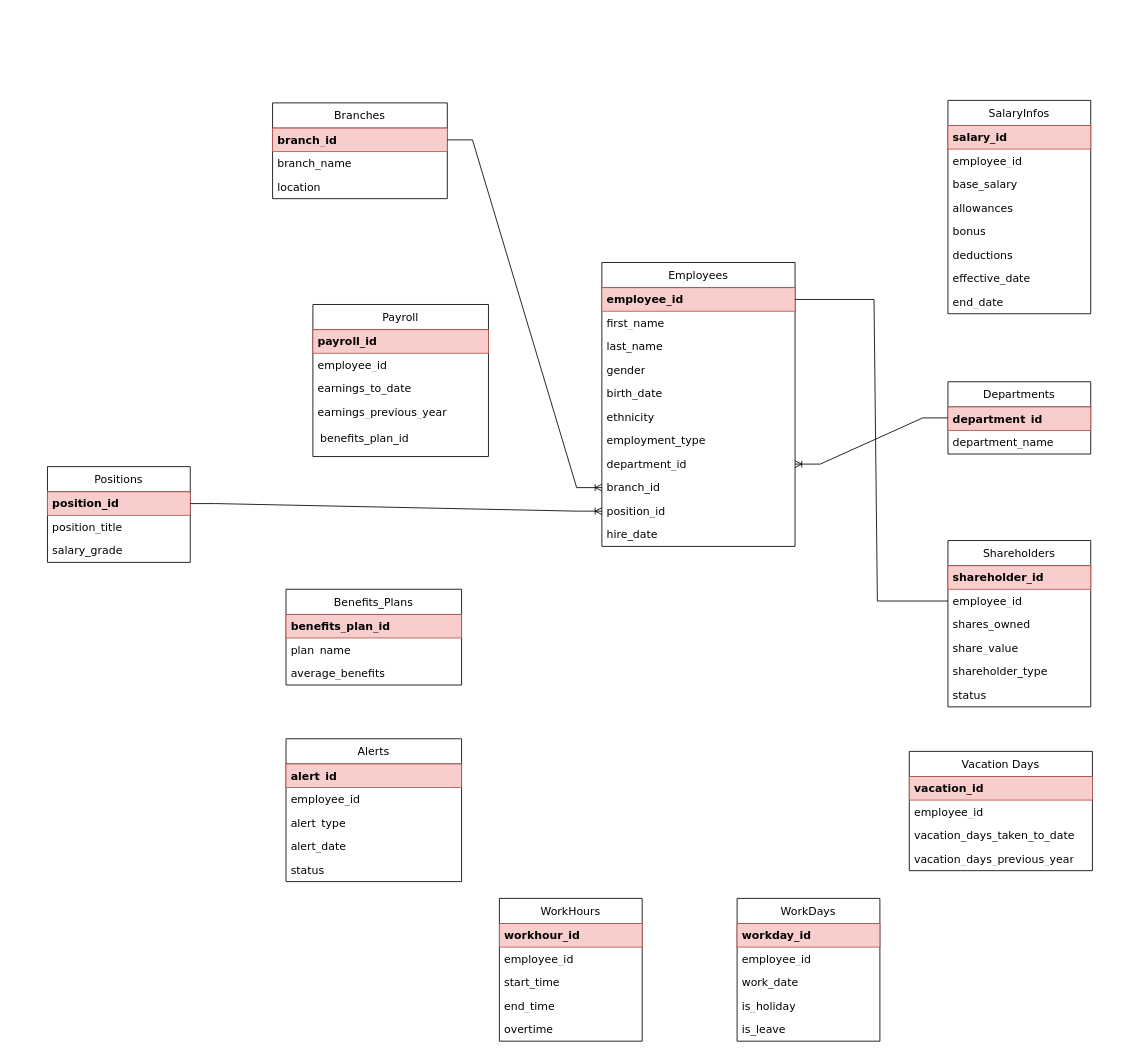
Above: page "THHT_Part2" (2 of 2) of TichHopHeThong.drawio in danghoan03/danghoan03 (draw.io), before the change. Source tidied: cells renumbered, new cells numbered last; positions are measured from the earlier drawing's top-left corner, leaving out a move shared by most shapes. Both pictures are drawn from the tidied source at 84%, with x=0, y=0 at pixel (47, 100).
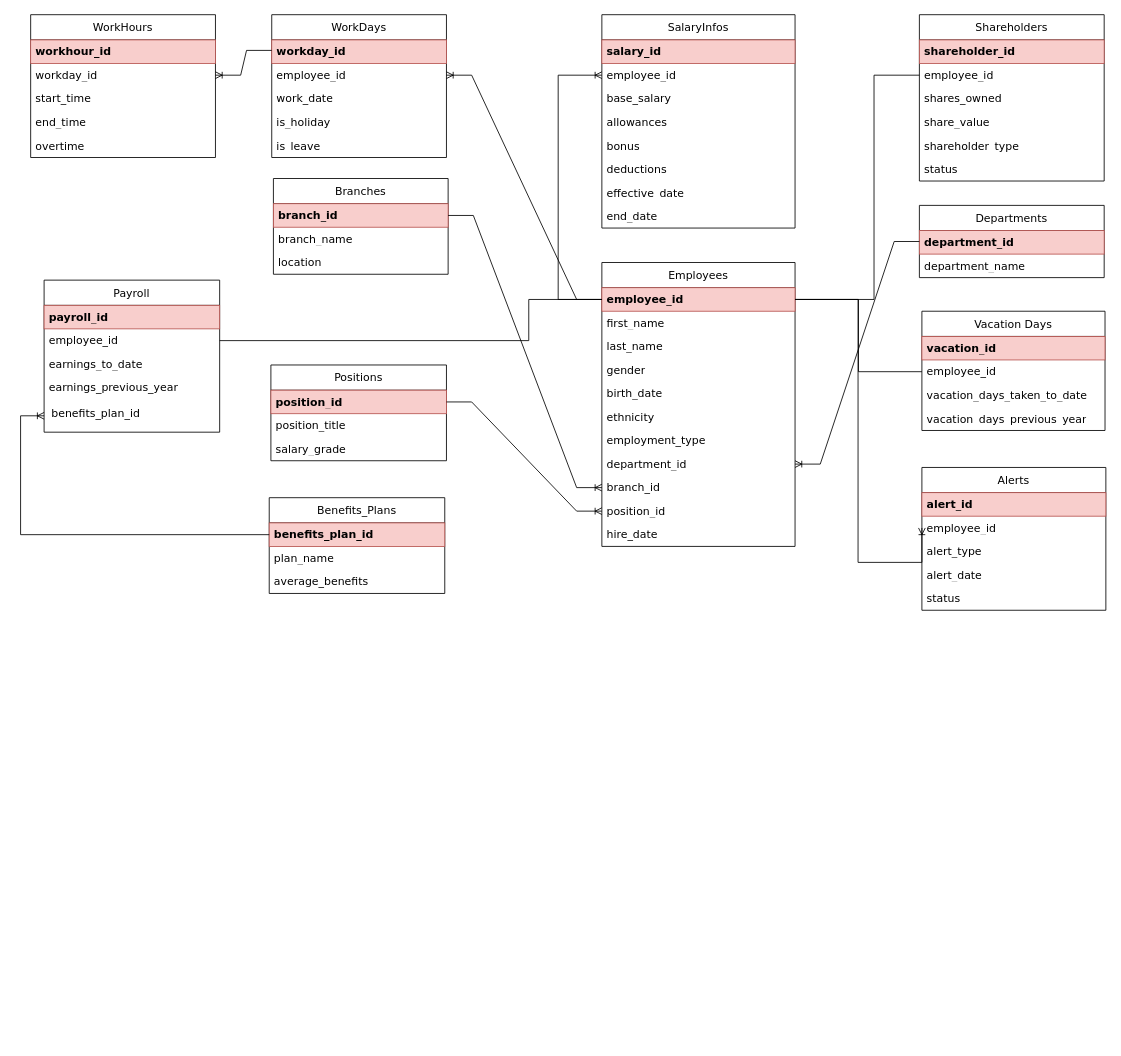
After the change.

Unchanged cells that the change refers to:
```xml
<mxCell id="3" value="employee_id" style="text;strokeColor=#b85450;fillColor=#f8cecc;align=left;verticalAlign=middle;spacingLeft=4;spacingRight=4;overflow=hidden;points=[[0,0.5],[1,0.5]];portConstraint=eastwest;whiteSpace=wrap;html=1;fontSize=13;fontStyle=1;fontFamily=Verdana;" parent="2" vertex="1">
  <mxGeometry y="30" width="230" height="28" as="geometry" />
</mxCell>
<mxCell id="19" value="employee_id" style="text;strokeColor=none;fillColor=none;align=left;verticalAlign=middle;spacingLeft=4;spacingRight=4;overflow=hidden;points=[[0,0.5],[1,0.5]];portConstraint=eastwest;whiteSpace=wrap;html=1;fontSize=13;fontFamily=Verdana;" parent="17" vertex="1">
  <mxGeometry y="58" width="209" height="28" as="geometry" />
</mxCell>
<mxCell id="22" value="&lt;table&gt;&lt;tbody&gt;&lt;tr&gt;&lt;td&gt;benefits_plan_id&lt;/td&gt;&lt;/tr&gt;&lt;/tbody&gt;&lt;/table&gt;&lt;table&gt;&lt;tbody&gt;&lt;tr&gt;&lt;td&gt;&lt;/td&gt;&lt;/tr&gt;&lt;/tbody&gt;&lt;/table&gt;" style="text;strokeColor=none;fillColor=none;align=left;verticalAlign=middle;spacingLeft=4;spacingRight=4;overflow=hidden;points=[[0,0.5],[1,0.5]];portConstraint=eastwest;whiteSpace=wrap;html=1;fontSize=13;fontFamily=Verdana;" parent="17" vertex="1">
  <mxGeometry y="142" width="209" height="39" as="geometry" />
</mxCell>
<mxCell id="24" value="benefits_plan_id" style="text;strokeColor=#b85450;fillColor=#f8cecc;align=left;verticalAlign=middle;spacingLeft=4;spacingRight=4;overflow=hidden;points=[[0,0.5],[1,0.5]];portConstraint=eastwest;whiteSpace=wrap;html=1;fontSize=13;fontStyle=1;fontFamily=Verdana;" parent="23" vertex="1">
  <mxGeometry y="30" width="209" height="28" as="geometry" />
</mxCell>
<mxCell id="29" value="employee_id" style="text;strokeColor=none;fillColor=none;align=left;verticalAlign=middle;spacingLeft=4;spacingRight=4;overflow=hidden;points=[[0,0.5],[1,0.5]];portConstraint=eastwest;whiteSpace=wrap;html=1;fontSize=13;fontFamily=Verdana;" parent="27" vertex="1">
  <mxGeometry y="58" width="218" height="28" as="geometry" />
</mxCell>
```

Change to the diagram source:
```diff
@@
     <mxCell id="14" value="Departments" style="swimlane;fontStyle=0;horizontal=1;startSize=30;whiteSpace=wrap;html=1;fontSize=13;fontFamily=Verdana;" parent="1" vertex="1">
-      <mxGeometry x="1072" y="335" width="170" height="86" as="geometry" />
+      <mxGeometry x="1038" y="125" width="220" height="86" as="geometry" />
     </mxCell>
     <mxCell id="15" value="department_id" style="text;strokeColor=#b85450;fillColor=#f8cecc;align=left;verticalAlign=middle;spacingLeft=4;spacingRight=4;overflow=hidden;whiteSpace=wrap;html=1;fontSize=13;fontStyle=1;fontFamily=Verdana;" parent="14" vertex="1">
-      <mxGeometry y="30" width="170" height="28" as="geometry" />
+      <mxGeometry y="30" width="220" height="28" as="geometry" />
     </mxCell>
     <mxCell id="16" value="department_name" style="text;strokeColor=none;fillColor=none;align=left;verticalAlign=middle;spacingLeft=4;spacingRight=4;overflow=hidden;whiteSpace=wrap;html=1;fontSize=13;fontFamily=Verdana;" parent="14" vertex="1">
-      <mxGeometry y="58" width="170" height="28" as="geometry" />
+      <mxGeometry y="58" width="220" height="28" as="geometry" />
     </mxCell>
     <mxCell id="17" value="Payroll" style="swimlane;fontStyle=0;horizontal=1;startSize=30;whiteSpace=wrap;html=1;fontSize=13;fontFamily=Verdana;" parent="1" vertex="1">
-      <mxGeometry x="316" y="243" width="209" height="181" as="geometry" />
+      <mxGeometry x="-4" y="214" width="209" height="181" as="geometry" />
     </mxCell>
@@
     <mxCell id="23" value="Benefits_Plans " style="swimlane;fontStyle=0;horizontal=1;startSize=30;whiteSpace=wrap;html=1;fontSize=13;fontFamily=Verdana;" parent="1" vertex="1">
-      <mxGeometry x="284" y="582" width="209" height="114" as="geometry" />
+      <mxGeometry x="264" y="473" width="209" height="114" as="geometry" />
     </mxCell>
@@
     <mxCell id="27" value="Vacation Days" style="swimlane;fontStyle=0;horizontal=1;startSize=30;whiteSpace=wrap;html=1;fontSize=13;fontFamily=Verdana;" parent="1" vertex="1">
-      <mxGeometry x="1026" y="775" width="218" height="142" as="geometry" />
+      <mxGeometry x="1041" y="251" width="218" height="142" as="geometry" />
     </mxCell>
@@
     <mxCell id="32" value="Shareholders" style="swimlane;fontStyle=0;horizontal=1;startSize=30;whiteSpace=wrap;html=1;fontSize=13;fontFamily=Verdana;" parent="1" vertex="1">
-      <mxGeometry x="1072" y="524" width="170" height="198" as="geometry" />
+      <mxGeometry x="1038" y="-102" width="220" height="198" as="geometry" />
     </mxCell>
     <mxCell id="33" value="shareholder_id" style="text;strokeColor=#b85450;fillColor=#f8cecc;align=left;verticalAlign=middle;spacingLeft=4;spacingRight=4;overflow=hidden;whiteSpace=wrap;html=1;fontSize=13;fontStyle=1;fontFamily=Verdana;" parent="32" vertex="1">
-      <mxGeometry y="30" width="170" height="28" as="geometry" />
+      <mxGeometry y="30" width="220" height="28" as="geometry" />
     </mxCell>
     <mxCell id="34" value="employee_id" style="text;strokeColor=none;fillColor=none;align=left;verticalAlign=middle;spacingLeft=4;spacingRight=4;overflow=hidden;points=[[0,0.5],[1,0.5]];portConstraint=eastwest;whiteSpace=wrap;html=1;fontSize=13;fontFamily=Verdana;" parent="32" vertex="1">
-      <mxGeometry y="58" width="170" height="28" as="geometry" />
+      <mxGeometry y="58" width="220" height="28" as="geometry" />
     </mxCell>
     <mxCell id="35" value="shares_owned" style="text;strokeColor=none;fillColor=none;align=left;verticalAlign=middle;spacingLeft=4;spacingRight=4;overflow=hidden;whiteSpace=wrap;html=1;fontSize=13;fontFamily=Verdana;" parent="32" vertex="1">
-      <mxGeometry y="86" width="170" height="28" as="geometry" />
+      <mxGeometry y="86" width="220" height="28" as="geometry" />
     </mxCell>
     <mxCell id="36" value="share_value" style="text;strokeColor=none;fillColor=none;align=left;verticalAlign=middle;spacingLeft=4;spacingRight=4;overflow=hidden;whiteSpace=wrap;html=1;fontSize=13;fontFamily=Verdana;" parent="32" vertex="1">
-      <mxGeometry y="114" width="170" height="28" as="geometry" />
+      <mxGeometry y="114" width="220" height="28" as="geometry" />
     </mxCell>
     <mxCell id="37" value="shareholder_type" style="text;strokeColor=none;fillColor=none;align=left;verticalAlign=middle;spacingLeft=4;spacingRight=4;overflow=hidden;whiteSpace=wrap;html=1;fontSize=13;fontFamily=Verdana;" parent="32" vertex="1">
-      <mxGeometry y="142" width="170" height="28" as="geometry" />
+      <mxGeometry y="142" width="220" height="28" as="geometry" />
     </mxCell>
     <mxCell id="38" value="status" style="text;strokeColor=none;fillColor=none;align=left;verticalAlign=middle;spacingLeft=4;spacingRight=4;overflow=hidden;whiteSpace=wrap;html=1;fontSize=13;fontFamily=Verdana;" parent="32" vertex="1">
-      <mxGeometry y="170" width="170" height="28" as="geometry" />
+      <mxGeometry y="170" width="220" height="28" as="geometry" />
     </mxCell>
     <mxCell id="39" value="Alerts" style="swimlane;fontStyle=0;horizontal=1;startSize=30;whiteSpace=wrap;html=1;fontSize=13;fontFamily=Verdana;" parent="1" vertex="1">
-      <mxGeometry x="284" y="760" width="209" height="170" as="geometry" />
+      <mxGeometry x="1041" y="437" width="219" height="170" as="geometry" />
     </mxCell>
     <mxCell id="40" value="alert_id" style="text;strokeColor=#b85450;fillColor=#f8cecc;align=left;verticalAlign=middle;spacingLeft=4;spacingRight=4;overflow=hidden;whiteSpace=wrap;html=1;fontSize=13;fontStyle=1;fontFamily=Verdana;" parent="39" vertex="1">
-      <mxGeometry y="30" width="209" height="28" as="geometry" />
+      <mxGeometry y="30" width="219" height="28" as="geometry" />
     </mxCell>
     <mxCell id="41" value="employee_id" style="text;strokeColor=none;fillColor=none;align=left;verticalAlign=middle;spacingLeft=4;spacingRight=4;overflow=hidden;points=[[0,0.5],[1,0.5]];portConstraint=eastwest;whiteSpace=wrap;html=1;fontSize=13;fontFamily=Verdana;" parent="39" vertex="1">
-      <mxGeometry y="58" width="209" height="28" as="geometry" />
+      <mxGeometry y="58" width="219" height="28" as="geometry" />
     </mxCell>
     <mxCell id="42" value="alert_type" style="text;strokeColor=none;fillColor=none;align=left;verticalAlign=middle;spacingLeft=4;spacingRight=4;overflow=hidden;whiteSpace=wrap;html=1;fontSize=13;fontFamily=Verdana;" parent="39" vertex="1">
-      <mxGeometry y="86" width="209" height="28" as="geometry" />
+      <mxGeometry y="86" width="219" height="28" as="geometry" />
     </mxCell>
     <mxCell id="43" value="alert_date" style="text;strokeColor=none;fillColor=none;align=left;verticalAlign=middle;spacingLeft=4;spacingRight=4;overflow=hidden;whiteSpace=wrap;html=1;fontSize=13;fontFamily=Verdana;" parent="39" vertex="1">
-      <mxGeometry y="114" width="209" height="28" as="geometry" />
+      <mxGeometry y="114" width="219" height="28" as="geometry" />
     </mxCell>
     <mxCell id="44" value="status" style="text;strokeColor=none;fillColor=none;align=left;verticalAlign=middle;spacingLeft=4;spacingRight=4;overflow=hidden;whiteSpace=wrap;html=1;fontSize=13;fontFamily=Verdana;" parent="39" vertex="1">
-      <mxGeometry y="142" width="209" height="28" as="geometry" />
+      <mxGeometry y="142" width="219" height="28" as="geometry" />
     </mxCell>
     <mxCell id="45" value="SalaryInfos" style="swimlane;fontStyle=0;horizontal=1;startSize=30;whiteSpace=wrap;html=1;fontSize=13;fontFamily=Verdana;" parent="1" vertex="1">
-      <mxGeometry x="1072" width="170" height="254" as="geometry" />
+      <mxGeometry x="660" y="-102" width="230" height="254" as="geometry" />
     </mxCell>
     <mxCell id="46" value="salary_id" style="text;strokeColor=#b85450;fillColor=#f8cecc;align=left;verticalAlign=middle;spacingLeft=4;spacingRight=4;overflow=hidden;whiteSpace=wrap;html=1;fontSize=13;fontStyle=1;fontFamily=Verdana;" parent="45" vertex="1">
-      <mxGeometry y="30" width="170" height="28" as="geometry" />
+      <mxGeometry y="30" width="230" height="28" as="geometry" />
     </mxCell>
     <mxCell id="47" value="employee_id" style="text;strokeColor=none;fillColor=none;align=left;verticalAlign=middle;spacingLeft=4;spacingRight=4;overflow=hidden;points=[[0,0.5],[1,0.5]];portConstraint=eastwest;whiteSpace=wrap;html=1;fontSize=13;fontFamily=Verdana;" parent="45" vertex="1">
-      <mxGeometry y="58" width="170" height="28" as="geometry" />
+      <mxGeometry y="58" width="230" height="28" as="geometry" />
     </mxCell>
     <mxCell id="48" value="base_salary" style="text;strokeColor=none;fillColor=none;align=left;verticalAlign=middle;spacingLeft=4;spacingRight=4;overflow=hidden;whiteSpace=wrap;html=1;fontSize=13;fontFamily=Verdana;" parent="45" vertex="1">
-      <mxGeometry y="86" width="170" height="28" as="geometry" />
+      <mxGeometry y="86" width="230" height="28" as="geometry" />
     </mxCell>
     <mxCell id="49" value="allowances" style="text;strokeColor=none;fillColor=none;align=left;verticalAlign=middle;spacingLeft=4;spacingRight=4;overflow=hidden;whiteSpace=wrap;html=1;fontSize=13;fontFamily=Verdana;" parent="45" vertex="1">
-      <mxGeometry y="114" width="170" height="28" as="geometry" />
+      <mxGeometry y="114" width="230" height="28" as="geometry" />
     </mxCell>
     <mxCell id="50" value="bonus" style="text;strokeColor=none;fillColor=none;align=left;verticalAlign=middle;spacingLeft=4;spacingRight=4;overflow=hidden;whiteSpace=wrap;html=1;fontSize=13;fontFamily=Verdana;" parent="45" vertex="1">
-      <mxGeometry y="142" width="170" height="28" as="geometry" />
+      <mxGeometry y="142" width="230" height="28" as="geometry" />
     </mxCell>
     <mxCell id="51" value="deductions" style="text;strokeColor=none;fillColor=none;align=left;verticalAlign=middle;spacingLeft=4;spacingRight=4;overflow=hidden;whiteSpace=wrap;html=1;fontSize=13;fontFamily=Verdana;" parent="45" vertex="1">
-      <mxGeometry y="170" width="170" height="28" as="geometry" />
+      <mxGeometry y="170" width="230" height="28" as="geometry" />
     </mxCell>
     <mxCell id="52" value="effective_date" style="text;strokeColor=none;fillColor=none;align=left;verticalAlign=middle;spacingLeft=4;spacingRight=4;overflow=hidden;whiteSpace=wrap;html=1;fontSize=13;fontFamily=Verdana;" parent="45" vertex="1">
-      <mxGeometry y="198" width="170" height="28" as="geometry" />
+      <mxGeometry y="198" width="230" height="28" as="geometry" />
     </mxCell>
     <mxCell id="53" value="end_date" style="text;strokeColor=none;fillColor=none;align=left;verticalAlign=middle;spacingLeft=4;spacingRight=4;overflow=hidden;whiteSpace=wrap;html=1;fontSize=13;fontFamily=Verdana;" parent="45" vertex="1">
-      <mxGeometry y="226" width="170" height="28" as="geometry" />
+      <mxGeometry y="226" width="230" height="28" as="geometry" />
     </mxCell>
     <mxCell id="54" value="Branches " style="swimlane;fontStyle=0;horizontal=1;startSize=30;whiteSpace=wrap;html=1;fontSize=13;fontFamily=Verdana;" parent="1" vertex="1">
-      <mxGeometry x="268" y="3" width="208" height="114" as="geometry" />
+      <mxGeometry x="269" y="93" width="208" height="114" as="geometry" />
     </mxCell>
@@
     <mxCell id="58" value="Positions  " style="swimlane;fontStyle=0;horizontal=1;startSize=30;whiteSpace=wrap;html=1;fontSize=13;fontFamily=Verdana;" parent="1" vertex="1">
-      <mxGeometry y="436" width="170" height="114" as="geometry" />
+      <mxGeometry x="266" y="315" width="209" height="114" as="geometry" />
     </mxCell>
     <mxCell id="59" value="position_id" style="text;strokeColor=#b85450;fillColor=#f8cecc;align=left;verticalAlign=middle;spacingLeft=4;spacingRight=4;overflow=hidden;points=[[0,0.5],[1,0.5]];portConstraint=eastwest;whiteSpace=wrap;html=1;fontSize=13;fontStyle=1;fontFamily=Verdana;" parent="58" vertex="1">
-      <mxGeometry y="30" width="170" height="28" as="geometry" />
+      <mxGeometry y="30" width="209" height="28" as="geometry" />
     </mxCell>
     <mxCell id="60" value="position_title" style="text;strokeColor=none;fillColor=none;align=left;verticalAlign=middle;spacingLeft=4;spacingRight=4;overflow=hidden;whiteSpace=wrap;html=1;fontSize=13;fontFamily=Verdana;" parent="58" vertex="1">
-      <mxGeometry y="58" width="170" height="28" as="geometry" />
+      <mxGeometry y="58" width="209" height="28" as="geometry" />
     </mxCell>
     <mxCell id="61" value="salary_grade" style="text;strokeColor=none;fillColor=none;align=left;verticalAlign=middle;spacingLeft=4;spacingRight=4;overflow=hidden;whiteSpace=wrap;html=1;fontSize=13;fontFamily=Verdana;" parent="58" vertex="1">
-      <mxGeometry y="86" width="170" height="28" as="geometry" />
+      <mxGeometry y="86" width="209" height="28" as="geometry" />
     </mxCell>
     <mxCell id="62" value="WorkHours " style="swimlane;fontStyle=0;horizontal=1;startSize=30;whiteSpace=wrap;html=1;fontSize=13;fontFamily=Verdana;" parent="1" vertex="1">
-      <mxGeometry x="538" y="950" width="170" height="170" as="geometry" />
+      <mxGeometry x="-20" y="-102" width="220" height="170" as="geometry" />
     </mxCell>
     <mxCell id="63" value="workhour_id" style="text;strokeColor=#b85450;fillColor=#f8cecc;align=left;verticalAlign=middle;spacingLeft=4;spacingRight=4;overflow=hidden;whiteSpace=wrap;html=1;fontSize=13;fontStyle=1;fontFamily=Verdana;" parent="62" vertex="1">
-      <mxGeometry y="30" width="170" height="28" as="geometry" />
+      <mxGeometry y="30" width="220" height="28" as="geometry" />
     </mxCell>
-    <mxCell id="64" value="employee_id" style="text;strokeColor=none;fillColor=none;align=left;verticalAlign=middle;spacingLeft=4;spacingRight=4;overflow=hidden;points=[[0,0.5],[1,0.5]];portConstraint=eastwest;whiteSpace=wrap;html=1;fontSize=13;fontFamily=Verdana;" parent="62" vertex="1">
-      <mxGeometry y="58" width="170" height="28" as="geometry" />
+    <mxCell id="64" value="workday_id" style="text;strokeColor=none;fillColor=none;align=left;verticalAlign=middle;spacingLeft=4;spacingRight=4;overflow=hidden;points=[[0,0.5],[1,0.5]];portConstraint=eastwest;whiteSpace=wrap;html=1;fontSize=13;fontFamily=Verdana;" parent="62" vertex="1">
+      <mxGeometry y="58" width="220" height="28" as="geometry" />
     </mxCell>
     <mxCell id="65" value="start_time" style="text;strokeColor=none;fillColor=none;align=left;verticalAlign=middle;spacingLeft=4;spacingRight=4;overflow=hidden;whiteSpace=wrap;html=1;fontSize=13;fontFamily=Verdana;" parent="62" vertex="1">
-      <mxGeometry y="86" width="170" height="28" as="geometry" />
+      <mxGeometry y="86" width="220" height="28" as="geometry" />
     </mxCell>
     <mxCell id="66" value="end_time" style="text;strokeColor=none;fillColor=none;align=left;verticalAlign=middle;spacingLeft=4;spacingRight=4;overflow=hidden;whiteSpace=wrap;html=1;fontSize=13;fontFamily=Verdana;" parent="62" vertex="1">
-      <mxGeometry y="114" width="170" height="28" as="geometry" />
+      <mxGeometry y="114" width="220" height="28" as="geometry" />
     </mxCell>
     <mxCell id="67" value="overtime" style="text;strokeColor=none;fillColor=none;align=left;verticalAlign=middle;spacingLeft=4;spacingRight=4;overflow=hidden;whiteSpace=wrap;html=1;fontSize=13;fontFamily=Verdana;" parent="62" vertex="1">
-      <mxGeometry y="142" width="170" height="28" as="geometry" />
+      <mxGeometry y="142" width="220" height="28" as="geometry" />
     </mxCell>
     <mxCell id="68" value="WorkDays  " style="swimlane;fontStyle=0;horizontal=1;startSize=30;whiteSpace=wrap;html=1;fontSize=13;fontFamily=Verdana;" parent="1" vertex="1">
-      <mxGeometry x="821" y="950" width="170" height="170" as="geometry" />
+      <mxGeometry x="267" y="-102" width="208" height="170" as="geometry" />
     </mxCell>
     <mxCell id="69" value="workday_id" style="text;strokeColor=#b85450;fillColor=#f8cecc;align=left;verticalAlign=middle;spacingLeft=4;spacingRight=4;overflow=hidden;whiteSpace=wrap;html=1;fontSize=13;fontStyle=1;fontFamily=Verdana;" parent="68" vertex="1">
-      <mxGeometry y="30" width="170" height="28" as="geometry" />
+      <mxGeometry y="30" width="208" height="28" as="geometry" />
     </mxCell>
     <mxCell id="70" value="employee_id" style="text;strokeColor=none;fillColor=none;align=left;verticalAlign=middle;spacingLeft=4;spacingRight=4;overflow=hidden;points=[[0,0.5],[1,0.5]];portConstraint=eastwest;whiteSpace=wrap;html=1;fontSize=13;fontFamily=Verdana;" parent="68" vertex="1">
-      <mxGeometry y="58" width="170" height="28" as="geometry" />
+      <mxGeometry y="58" width="208" height="28" as="geometry" />
     </mxCell>
     <mxCell id="71" value="work_date" style="text;strokeColor=none;fillColor=none;align=left;verticalAlign=middle;spacingLeft=4;spacingRight=4;overflow=hidden;whiteSpace=wrap;html=1;fontSize=13;fontFamily=Verdana;" parent="68" vertex="1">
-      <mxGeometry y="86" width="170" height="28" as="geometry" />
+      <mxGeometry y="86" width="208" height="28" as="geometry" />
     </mxCell>
     <mxCell id="72" value="is_holiday" style="text;strokeColor=none;fillColor=none;align=left;verticalAlign=middle;spacingLeft=4;spacingRight=4;overflow=hidden;whiteSpace=wrap;html=1;fontSize=13;fontFamily=Verdana;" parent="68" vertex="1">
-      <mxGeometry y="114" width="170" height="28" as="geometry" />
+      <mxGeometry y="114" width="208" height="28" as="geometry" />
     </mxCell>
     <mxCell id="73" value="is_leave" style="text;strokeColor=none;fillColor=none;align=left;verticalAlign=middle;spacingLeft=4;spacingRight=4;overflow=hidden;whiteSpace=wrap;html=1;fontSize=13;fontFamily=Verdana;" parent="68" vertex="1">
-      <mxGeometry y="142" width="170" height="28" as="geometry" />
+      <mxGeometry y="142" width="208" height="28" as="geometry" />
     </mxCell>
@@
     <mxCell id="77" style="endArrow=none;html=1;rounded=0;exitX=0;exitY=0.5;exitDx=0;exitDy=0;entryX=1;entryY=0.5;entryDx=0;entryDy=0;" parent="1" edge="1" source="34" target="3">
       <mxGeometry relative="1" as="geometry">
         <Array as="points">
-          <mxPoint x="988" y="596" />
+          <mxPoint x="984" y="-30" />
           <mxPoint x="984" y="237" />
         </Array>
       </mxGeometry>
     </mxCell>
+    <mxCell id="78" style="edgeStyle=entityRelationEdgeStyle;fontSize=12;html=1;endArrow=ERoneToMany;rounded=0;entryX=1;entryY=0.5;entryDx=0;entryDy=0;exitX=0;exitY=0.5;exitDx=0;exitDy=0;" parent="1" edge="1" source="3" target="70">
+      <mxGeometry relative="1" as="geometry" />
+    </mxCell>
+    <mxCell id="79" style="edgeStyle=entityRelationEdgeStyle;fontSize=12;html=1;endArrow=ERoneToMany;rounded=0;exitX=0;exitY=0.25;exitDx=0;exitDy=0;entryX=1;entryY=0.5;entryDx=0;entryDy=0;" parent="1" edge="1" source="68" target="64">
+      <mxGeometry relative="1" as="geometry" />
+    </mxCell>
+    <mxCell id="80" style="endArrow=none;html=1;rounded=0;exitX=1;exitY=0.5;exitDx=0;exitDy=0;entryX=0;entryY=0.5;entryDx=0;entryDy=0;" parent="1" edge="1" source="19" target="3">
+      <mxGeometry relative="1" as="geometry">
+        <Array as="points">
+          <mxPoint x="573" y="286" />
+          <mxPoint x="573" y="237" />
+        </Array>
+      </mxGeometry>
+    </mxCell>
+    <mxCell id="81" style="edgeStyle=orthogonalEdgeStyle;rounded=0;jettySize=auto;html=1;exitX=0;exitY=0.5;exitDx=0;exitDy=0;endArrow=ERoneToMany;endFill=0;entryX=0;entryY=0.5;entryDx=0;entryDy=0;" parent="1" edge="1" source="24" target="22">
+      <mxGeometry relative="1" as="geometry">
+        <Array as="points">
+          <mxPoint x="-32" y="517" />
+          <mxPoint x="-32" y="376" />
+        </Array>
+      </mxGeometry>
+    </mxCell>
+    <mxCell id="82" style="edgeStyle=orthogonalEdgeStyle;rounded=0;jettySize=auto;html=1;exitX=0;exitY=0.5;exitDx=0;exitDy=0;entryX=0;entryY=0.5;entryDx=0;entryDy=0;endArrow=ERoneToMany;endFill=0;" parent="1" edge="1" source="3" target="47">
+      <mxGeometry relative="1" as="geometry">
+        <Array as="points">
+          <mxPoint x="608" y="237" />
+          <mxPoint x="608" y="-30" />
+        </Array>
+      </mxGeometry>
+    </mxCell>
+    <mxCell id="83" style="edgeStyle=orthogonalEdgeStyle;rounded=0;jettySize=auto;html=1;exitX=1;exitY=0.5;exitDx=0;exitDy=0;entryX=0;entryY=0.5;entryDx=0;entryDy=0;endArrow=ERoneToMany;endFill=0;" parent="1" edge="1" source="3" target="41">
+      <mxGeometry relative="1" as="geometry">
+        <Array as="points">
+          <mxPoint x="965" y="237" />
+          <mxPoint x="965" y="550" />
+        </Array>
+      </mxGeometry>
+    </mxCell>
+    <mxCell id="84" style="edgeStyle=orthogonalEdgeStyle;rounded=0;jettySize=auto;html=1;exitX=1;exitY=0.5;exitDx=0;exitDy=0;entryX=0;entryY=0.5;entryDx=0;entryDy=0;endArrow=none;endFill=0;" parent="1" edge="1" source="3" target="29">
+      <mxGeometry relative="1" as="geometry" />
+    </mxCell>
```
